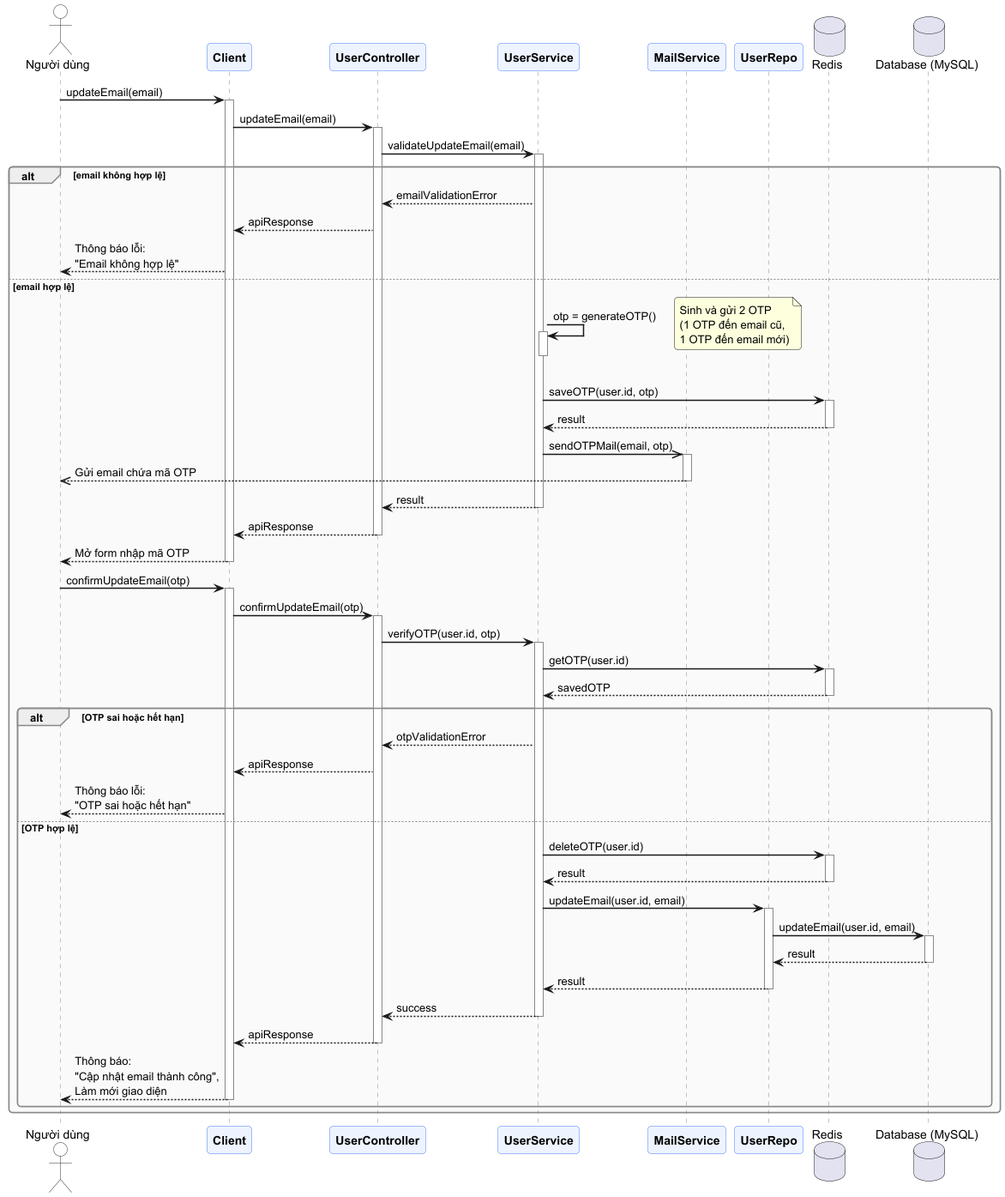
trantrieuduong/Elingo-Language-Learning-System keeps this PlantUML diagram as diagram/Update_Email_Sequence.png. Above is the earlier version. Source of this version:
```plantuml
@startuml

skinparam sequenceArrowThickness 1.5
skinparam roundcorner 8
skinparam responseMessageBelowArrow true
skinparam sequenceGroupBorderThickness 1.5

skinparam participant {
    BackgroundColor #EEF4FF
    BorderColor     #4A7CFF
    FontStyle       Bold
}
skinparam actor {
    BackgroundColor #FEFEFE
    BorderColor     #333333
}
skinparam sequence {
    LifeLineBorderColor  #888888
    GroupBorderColor     #888888
    GroupBodyBackgroundColor #FAFAFA
    DividerBackgroundColor   #E8E8E8
}

actor "Người dùng" as User
participant "Client" as client
participant "UserController" as controller
participant "UserService" as service
participant "MailService" as mailService
participant "UserRepo" as repo
database "Redis" as redis
database "Database (MySQL)" as DB

User -> client : updateEmail(email)
activate client

client -> controller : updateEmail(email)
activate controller

controller -> service : validateUpdateEmail(email)
activate service

alt email không hợp lệ
    service --> controller : emailValidationError
    controller --> client : apiResponse
    client --> User : Thông báo lỗi:\n"Email không hợp lệ"

else email hợp lệ
    service -> service : otp = generateOTP()
    activate service
    deactivate service
    note right: Sinh và gửi 2 OTP\n(1 OTP đến email cũ,\n1 OTP đến email mới)

    service -> redis : saveOTP(user.id, otp)
    activate redis
    redis --> service : result
    deactivate redis

    service ->> mailService : sendOTPMail(email, otp)
    activate mailService
    mailService -->> User : Gửi email chứa mã OTP
    deactivate mailService

    service --> controller : result
    deactivate service
    controller --> client : apiResponse
    deactivate controller

    client --> User : Mở form nhập mã OTP
    deactivate client

    User -> client : confirmUpdateEmail(otp)
    activate client

    client -> controller : confirmUpdateEmail(otp)
    activate controller

    controller -> service : verifyOTP(user.id, otp)
    activate service

    service -> redis : getOTP(user.id)
    activate redis
    redis --> service : savedOTP
    deactivate redis

    alt OTP sai hoặc hết hạn
        service --> controller : otpValidationError
        controller --> client : apiResponse
        client --> User : Thông báo lỗi:\n"OTP sai hoặc hết hạn"

    else OTP hợp lệ

        service -> redis : deleteOTP(user.id)
        activate redis
        redis --> service : result
        deactivate redis

        service -> repo : updateEmail(user.id, email)
        activate repo

        repo -> DB : updateEmail(user.id, email)
        activate DB

        DB --> repo : result
        deactivate DB

        repo --> service : result
        deactivate repo

        service --> controller : success
        deactivate service

        controller --> client : apiResponse
        deactivate controller

        client --> User : Thông báo:\n"Cập nhật email thành công",\nLàm mới giao diện
        deactivate client
    end
end
@enduml
```
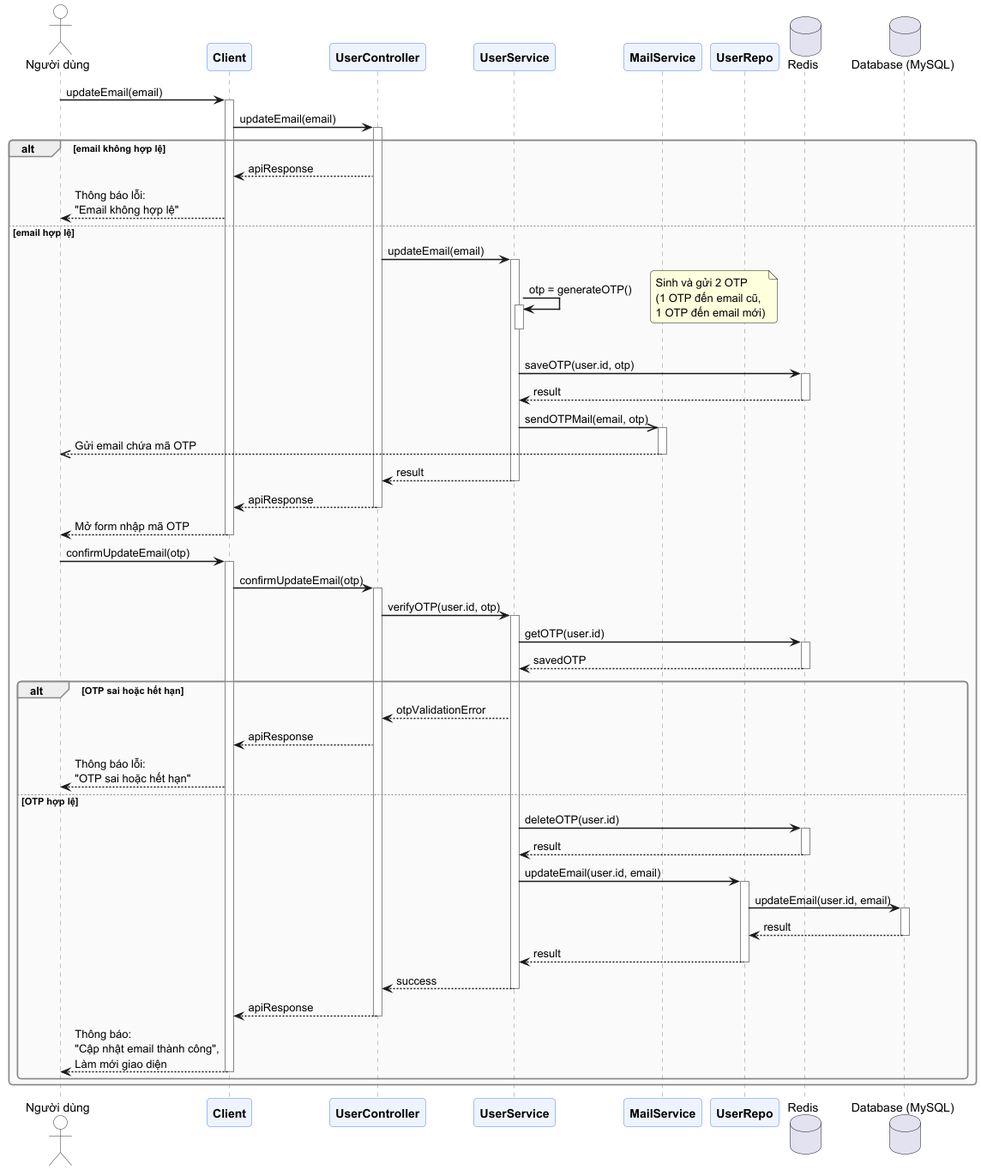
After the change.

The edit, as a diff of the source:
```diff
@@ -36,15 +36,14 @@
 client -> controller : updateEmail(email)
 activate controller
 
-controller -> service : validateUpdateEmail(email)
-activate service
-
 alt email không hợp lệ
-    service --> controller : emailValidationError
     controller --> client : apiResponse
     client --> User : Thông báo lỗi:\n"Email không hợp lệ"
 
 else email hợp lệ
+    controller -> service : updateEmail(email)
+    activate service
+
     service -> service : otp = generateOTP()
     activate service
     deactivate service
```
